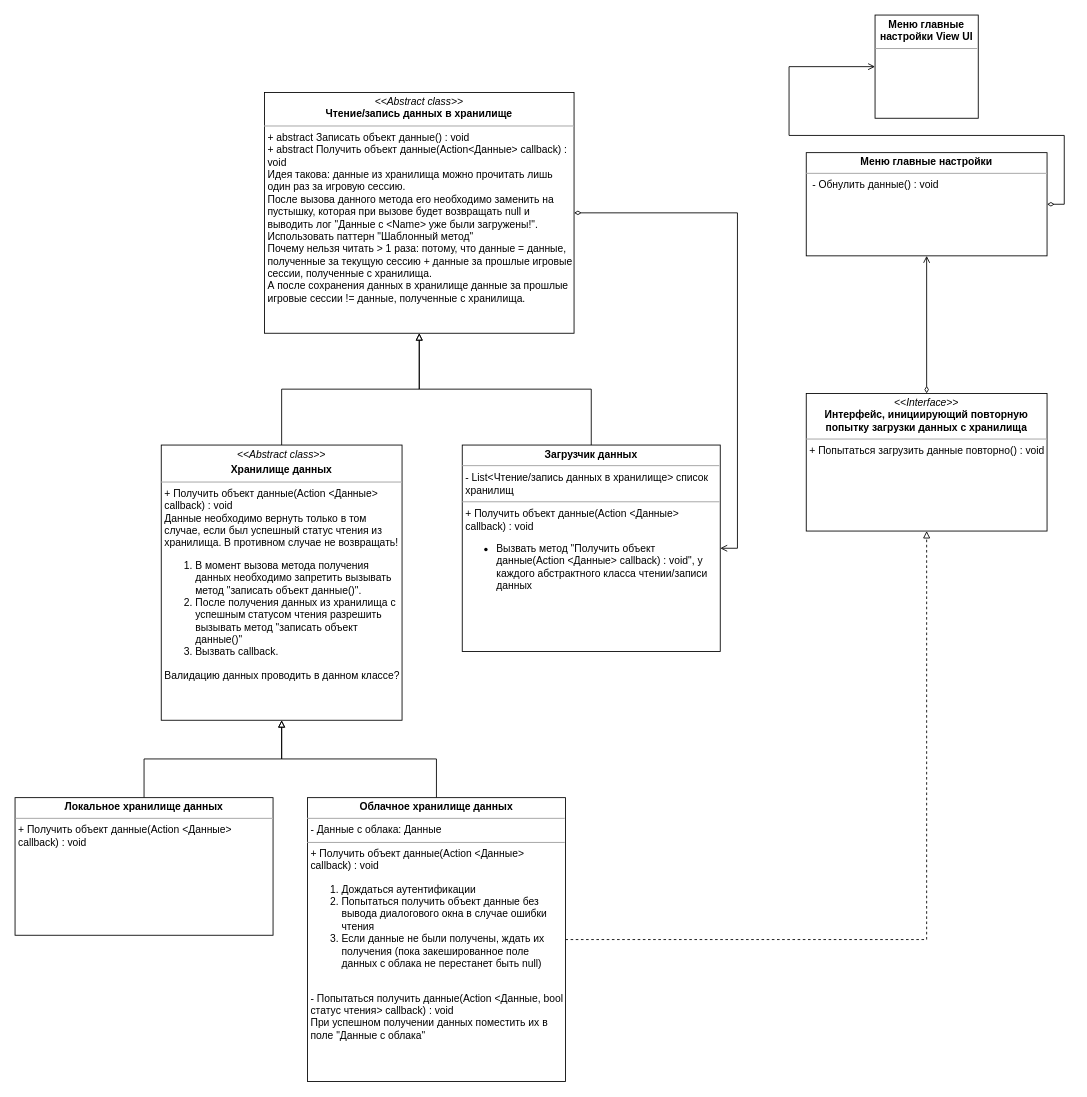
The draw.io diagram Документация/Проектирование кода/Работа с данными/Загрузчик данных UML.drawio in PurposeTo/JumpingDreamer, before the edit. Source tidied: cells renumbered, new cells numbered last; positions are measured from the earlier drawing's top-left corner, leaving out a move shared by most shapes. Both pictures are drawn from the tidied source at 86%, with x=0, y=0 at pixel (15, 15).
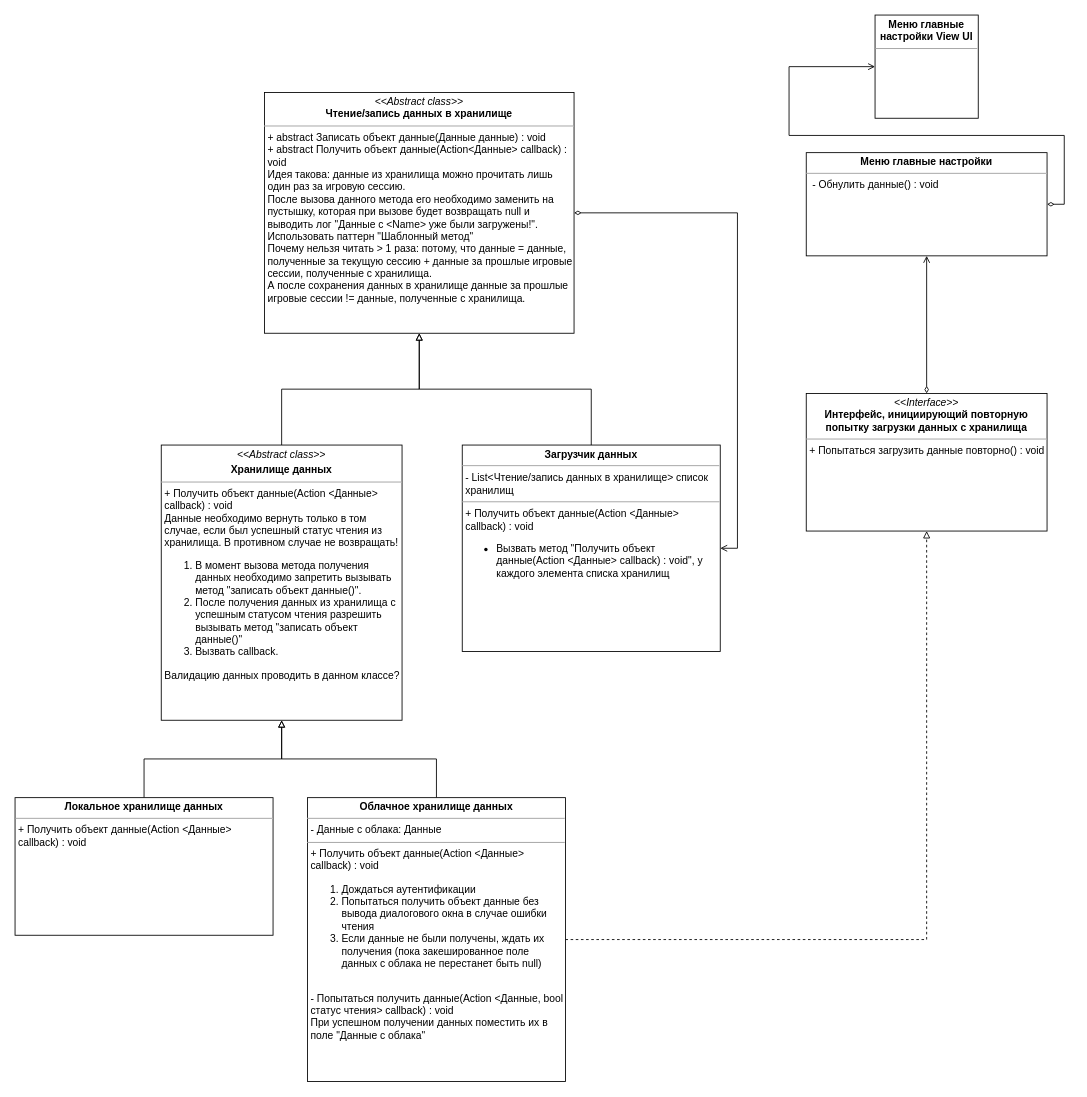
After the change.

What changed in the source:
```diff
@@
 <mxGraphModel>
   <root>
     <mxCell id="0" />
     <mxCell id="1" parent="0" />
     <mxCell id="2" style="edgeStyle=orthogonalEdgeStyle;rounded=0;orthogonalLoop=1;jettySize=auto;html=1;exitX=0.5;exitY=0;exitDx=0;exitDy=0;entryX=0.5;entryY=1;entryDx=0;entryDy=0;startArrow=none;startFill=0;endArrow=block;endFill=0;fontSize=14;dashed=1;" parent="1" edge="1">
       <mxGeometry relative="1" as="geometry">
         <mxPoint x="370" y="1250" as="sourcePoint" />
       </mxGeometry>
     </mxCell>
     <mxCell id="3" style="edgeStyle=orthogonalEdgeStyle;rounded=0;jettySize=auto;html=1;exitX=1;exitY=0.5;exitDx=0;exitDy=0;entryX=1;entryY=0.5;entryDx=0;entryDy=0;endArrow=open;endFill=0;startArrow=diamondThin;startFill=0;" parent="1" edge="1" source="13" target="11">
       <mxGeometry relative="1" as="geometry" />
     </mxCell>
     <mxCell id="4" style="edgeStyle=orthogonalEdgeStyle;rounded=0;jettySize=auto;html=1;exitX=0.5;exitY=0;exitDx=0;exitDy=0;startArrow=none;startFill=0;endArrow=block;endFill=0;fontSize=14;entryX=0.5;entryY=1;entryDx=0;entryDy=0;" parent="1" edge="1" source="5" target="13">
       <mxGeometry relative="1" as="geometry" />
     </mxCell>
     <mxCell id="5" value="&lt;p style=&quot;margin: 0px ; margin-top: 4px ; text-align: center&quot;&gt;&lt;i&gt;&amp;lt;&amp;lt;Abstract class&amp;gt;&amp;gt;&lt;/i&gt;&lt;b&gt;&lt;br&gt;&lt;/b&gt;&lt;/p&gt;&lt;p style=&quot;margin: 0px ; margin-top: 4px ; text-align: center&quot;&gt;&lt;b&gt;Хранилище данных&lt;/b&gt;&lt;/p&gt;&lt;hr size=&quot;1&quot;&gt;&lt;p style=&quot;margin: 0px ; margin-left: 4px&quot;&gt;+ Получить объект данные(Action &amp;lt;Данные&amp;gt; callback) : void&lt;br&gt;&lt;/p&gt;&lt;p style=&quot;margin: 0px ; margin-left: 4px&quot;&gt;Данные необходимо вернуть только в том случае, если был успешный статус чтения из хранилища. В противном случае не возвращать!&lt;/p&gt;&lt;ol&gt;&lt;li&gt;В момент вызова метода получения данных необходимо запретить вызывать метод &quot;записать объект данные()&quot;.&lt;/li&gt;&lt;li&gt;После получения данных из хранилища с успешным статусом чтения разрешить вызывать метод &quot;записать объект данные()&quot;&lt;/li&gt;&lt;li&gt;Вызвать callback.&lt;/li&gt;&lt;/ol&gt;&lt;div&gt;&lt;p style=&quot;margin: 0px 0px 0px 4px&quot;&gt;Валидацию данных проводить в данном классе?&lt;/p&gt;&lt;/div&gt;&lt;p&gt;&lt;/p&gt;" style="verticalAlign=top;align=left;overflow=fill;fontSize=12;fontFamily=Helvetica;html=1;whiteSpace=wrap;rounded=0;glass=0;shadow=0;sketch=0;spacingLeft=0;spacing=0;" parent="1" vertex="1">
       <mxGeometry x="170" y="500" width="280" height="320" as="geometry" />
     </mxCell>
     <mxCell id="6" style="edgeStyle=orthogonalEdgeStyle;rounded=0;jettySize=auto;html=1;exitX=0.5;exitY=0;exitDx=0;exitDy=0;entryX=0.5;entryY=1;entryDx=0;entryDy=0;endArrow=block;endFill=0;" parent="1" edge="1" source="8" target="5">
       <mxGeometry relative="1" as="geometry" />
     </mxCell>
     <mxCell id="7" style="edgeStyle=orthogonalEdgeStyle;rounded=0;jettySize=auto;html=1;exitX=1;exitY=0.5;exitDx=0;exitDy=0;entryX=0.5;entryY=1;entryDx=0;entryDy=0;dashed=1;endArrow=block;endFill=0;" parent="1" edge="1" source="8" target="14">
       <mxGeometry relative="1" as="geometry" />
     </mxCell>
     <mxCell id="8" value="&lt;p style=&quot;margin: 4px 0px 0px ; text-align: center&quot;&gt;&lt;b&gt;Облачное хранилище данных&lt;/b&gt;&lt;/p&gt;&lt;hr size=&quot;1&quot;&gt;&lt;p style=&quot;margin: 0px 0px 0px 4px&quot;&gt;- Данные с облака: Данные&lt;/p&gt;&lt;hr size=&quot;1&quot;&gt;&lt;p style=&quot;margin: 0px 0px 0px 4px&quot;&gt;+ Получить объект данные(Action &amp;lt;Данные&amp;gt; callback) : void&lt;/p&gt;&lt;p style=&quot;margin: 0px 0px 0px 4px&quot;&gt;&lt;/p&gt;&lt;ol&gt;&lt;li&gt;Дождаться аутентификации&lt;/li&gt;&lt;li&gt;Попытаться получить объект данные без вывода диалогового окна в случае ошибки чтения&lt;/li&gt;&lt;li&gt;Если данные не были получены, ждать их получения (пока закешированное поле данных с облака не перестанет быть null)&lt;/li&gt;&lt;/ol&gt;&lt;p&gt;&lt;/p&gt;&lt;p style=&quot;margin: 0px 0px 0px 4px&quot;&gt;&lt;br&gt;&lt;/p&gt;&lt;p style=&quot;margin: 0px 0px 0px 4px&quot;&gt;- Попытаться получить данные(Action &amp;lt;Данные, bool статус чтения&amp;gt; callback) : void&lt;/p&gt;&lt;p style=&quot;margin: 0px 0px 0px 4px&quot;&gt;При успешном получении данных поместить их в поле &quot;Данные с облака&quot;&lt;/p&gt;&lt;p&gt;&lt;/p&gt;" style="verticalAlign=top;align=left;overflow=fill;fontSize=12;fontFamily=Helvetica;html=1;whiteSpace=wrap;" parent="1" vertex="1">
       <mxGeometry x="340" y="910" width="300" height="330" as="geometry" />
     </mxCell>
     <mxCell id="9" style="edgeStyle=orthogonalEdgeStyle;rounded=0;jettySize=auto;html=1;exitX=0.5;exitY=0;exitDx=0;exitDy=0;entryX=0.5;entryY=1;entryDx=0;entryDy=0;endArrow=block;endFill=0;" parent="1" edge="1" source="10" target="5">
       <mxGeometry relative="1" as="geometry" />
     </mxCell>
     <mxCell id="10" value="&lt;p style=&quot;margin: 0px ; margin-top: 4px ; text-align: center&quot;&gt;&lt;b&gt;Локальное хранилище данных&lt;/b&gt;&lt;/p&gt;&lt;hr size=&quot;1&quot;&gt;&lt;p style=&quot;margin: 0px ; margin-left: 4px&quot;&gt;+ Получить объект данные(Action &amp;lt;Данные&amp;gt; callback) : void&lt;br&gt;&lt;/p&gt;&lt;p style=&quot;margin: 0px ; margin-left: 4px&quot;&gt;&lt;br&gt;&lt;/p&gt;&lt;p&gt;&lt;/p&gt;" style="verticalAlign=top;align=left;overflow=fill;fontSize=12;fontFamily=Helvetica;html=1;whiteSpace=wrap;" parent="1" vertex="1">
       <mxGeometry y="910" width="300" height="160" as="geometry" />
     </mxCell>
-    <mxCell id="11" value="&lt;p style=&quot;margin: 0px ; margin-top: 4px ; text-align: center&quot;&gt;&lt;b&gt;Загрузчик данных&lt;/b&gt;&lt;/p&gt;&lt;hr size=&quot;1&quot;&gt;&lt;p style=&quot;margin: 0px ; margin-left: 4px&quot;&gt;- List&amp;lt;Чтение/запись данных в хранилище&amp;gt; список хранилищ&lt;/p&gt;&lt;hr size=&quot;1&quot;&gt;&lt;p style=&quot;margin: 0px 0px 0px 4px&quot;&gt;+ Получить объект данные(Action &amp;lt;Данные&amp;gt; callback) : void&lt;/p&gt;&lt;ul&gt;&lt;li&gt;&lt;span&gt;Вызвать метод &quot;Получить объект данные(Action &amp;lt;Данные&amp;gt; callback) : void&quot;, у каждого абстрактного класса чтении/записи данных&lt;/span&gt;&lt;/li&gt;&lt;/ul&gt;&lt;p&gt;&lt;/p&gt;" style="verticalAlign=top;align=left;overflow=fill;fontSize=12;fontFamily=Helvetica;html=1;whiteSpace=wrap;" parent="1" vertex="1">
+    <mxCell id="11" value="&lt;p style=&quot;margin: 0px ; margin-top: 4px ; text-align: center&quot;&gt;&lt;b&gt;Загрузчик данных&lt;/b&gt;&lt;/p&gt;&lt;hr size=&quot;1&quot;&gt;&lt;p style=&quot;margin: 0px ; margin-left: 4px&quot;&gt;- List&amp;lt;Чтение/запись данных в хранилище&amp;gt; список хранилищ&lt;/p&gt;&lt;hr size=&quot;1&quot;&gt;&lt;p style=&quot;margin: 0px 0px 0px 4px&quot;&gt;+ Получить объект данные(Action &amp;lt;Данные&amp;gt; callback) : void&lt;/p&gt;&lt;ul&gt;&lt;li&gt;&lt;span&gt;Вызвать метод &quot;Получить объект данные(Action &amp;lt;Данные&amp;gt; callback) : void&quot;, у каждого элемента списка хранилищ&lt;/span&gt;&lt;/li&gt;&lt;/ul&gt;&lt;p&gt;&lt;/p&gt;" style="verticalAlign=top;align=left;overflow=fill;fontSize=12;fontFamily=Helvetica;html=1;whiteSpace=wrap;" parent="1" vertex="1">
       <mxGeometry x="520" y="500" width="300" height="240" as="geometry" />
     </mxCell>
     <mxCell id="12" style="edgeStyle=orthogonalEdgeStyle;rounded=0;jettySize=auto;html=1;exitX=0.5;exitY=0;exitDx=0;exitDy=0;entryX=0.5;entryY=1;entryDx=0;entryDy=0;startArrow=none;startFill=0;endArrow=block;endFill=0;fontSize=14;" parent="1" edge="1" source="11" target="13">
       <mxGeometry relative="1" as="geometry" />
     </mxCell>
-    <mxCell id="13" value="&lt;p style=&quot;margin: 0px ; margin-top: 4px ; text-align: center&quot;&gt;&lt;i&gt;&amp;lt;&amp;lt;&lt;/i&gt;&lt;i&gt;Abstract class&lt;/i&gt;&lt;i&gt;&amp;gt;&amp;gt;&lt;/i&gt;&lt;br&gt;&lt;b&gt;Чтение/запись данных в хранилище&lt;/b&gt;&lt;/p&gt;&lt;hr size=&quot;1&quot;&gt;&lt;p style=&quot;margin: 0px ; margin-left: 4px&quot;&gt;+ abstract&amp;nbsp;&lt;span&gt;Записать объект данные() : void&lt;/span&gt;&lt;br&gt;+ abstract Получить объект данные(Action&amp;lt;Данные&amp;gt; callback) : void&lt;/p&gt;&lt;p style=&quot;margin: 0px ; margin-left: 4px&quot;&gt;Идея такова: данные из хранилища можно прочитать лишь один раз за игровую сессию.&lt;/p&gt;&lt;p style=&quot;margin: 0px ; margin-left: 4px&quot;&gt;После вызова данного метода его необходимо заменить на пустышку, которая при вызове будет возвращать null и выводить лог &quot;Данные с &amp;lt;Name&amp;gt; уже были загружены!&quot;. Использовать паттерн &quot;Шаблонный метод&quot;&lt;/p&gt;&lt;p style=&quot;margin: 0px ; margin-left: 4px&quot;&gt;Почему нельзя читать &amp;gt; 1 раза: потому, что данные = данные, полученные за текущую сессию + данные за прошлые игровые сессии, полученные с хранилища.&lt;/p&gt;&lt;p style=&quot;margin: 0px ; margin-left: 4px&quot;&gt;А после сохранения данных в хранилище данные за прошлые игровые сессии != данные, полученные с хранилища.&lt;/p&gt;" style="verticalAlign=top;align=left;overflow=fill;fontSize=12;fontFamily=Helvetica;html=1;whiteSpace=wrap;" parent="1" vertex="1">
+    <mxCell id="13" value="&lt;p style=&quot;margin: 0px ; margin-top: 4px ; text-align: center&quot;&gt;&lt;i&gt;&amp;lt;&amp;lt;&lt;/i&gt;&lt;i&gt;Abstract class&lt;/i&gt;&lt;i&gt;&amp;gt;&amp;gt;&lt;/i&gt;&lt;br&gt;&lt;b&gt;Чтение/запись данных в хранилище&lt;/b&gt;&lt;/p&gt;&lt;hr size=&quot;1&quot;&gt;&lt;p style=&quot;margin: 0px ; margin-left: 4px&quot;&gt;+ abstract&amp;nbsp;&lt;span&gt;Записать объект данные(Данные данные) : void&lt;/span&gt;&lt;br&gt;+ abstract Получить объект данные(Action&amp;lt;Данные&amp;gt; callback) : void&lt;/p&gt;&lt;p style=&quot;margin: 0px ; margin-left: 4px&quot;&gt;Идея такова: данные из хранилища можно прочитать лишь один раз за игровую сессию.&lt;/p&gt;&lt;p style=&quot;margin: 0px ; margin-left: 4px&quot;&gt;После вызова данного метода его необходимо заменить на пустышку, которая при вызове будет возвращать null и выводить лог &quot;Данные с &amp;lt;Name&amp;gt; уже были загружены!&quot;. Использовать паттерн &quot;Шаблонный метод&quot;&lt;/p&gt;&lt;p style=&quot;margin: 0px ; margin-left: 4px&quot;&gt;Почему нельзя читать &amp;gt; 1 раза: потому, что данные = данные, полученные за текущую сессию + данные за прошлые игровые сессии, полученные с хранилища.&lt;/p&gt;&lt;p style=&quot;margin: 0px ; margin-left: 4px&quot;&gt;А после сохранения данных в хранилище данные за прошлые игровые сессии != данные, полученные с хранилища.&lt;/p&gt;" style="verticalAlign=top;align=left;overflow=fill;fontSize=12;fontFamily=Helvetica;html=1;whiteSpace=wrap;" parent="1" vertex="1">
       <mxGeometry x="290" y="90" width="360" height="280" as="geometry" />
     </mxCell>
     <mxCell id="14" value="&lt;p style=&quot;margin: 0px ; margin-top: 4px ; text-align: center&quot;&gt;&lt;i&gt;&amp;lt;&amp;lt;Interface&amp;gt;&amp;gt;&lt;/i&gt;&lt;br&gt;&lt;b&gt;Интерфейс, инициирующий повторную попытку загрузки данных с хранилища&lt;/b&gt;&lt;/p&gt;&lt;hr size=&quot;1&quot;&gt;&lt;p style=&quot;margin: 0px ; margin-left: 4px&quot;&gt;+ Попытаться загрузить данные повторно() : void&lt;/p&gt;" style="verticalAlign=top;align=left;overflow=fill;fontSize=12;fontFamily=Helvetica;html=1;whiteSpace=wrap;" parent="1" vertex="1">
       <mxGeometry x="920" y="440" width="280" height="160" as="geometry" />
     </mxCell>
     <mxCell id="15" value="&lt;p style=&quot;margin: 0px ; margin-top: 4px ; text-align: center&quot;&gt;&lt;b&gt;Меню главные настройки View UI&lt;/b&gt;&lt;/p&gt;&lt;hr size=&quot;1&quot;&gt;&lt;div style=&quot;height: 2px&quot;&gt;&lt;br&gt;&lt;/div&gt;" style="verticalAlign=top;align=left;overflow=fill;fontSize=12;fontFamily=Helvetica;html=1;whiteSpace=wrap;" parent="1" vertex="1">
       <mxGeometry x="1000" width="120" height="120" as="geometry" />
     </mxCell>
     <mxCell id="16" style="edgeStyle=orthogonalEdgeStyle;rounded=0;jettySize=auto;html=1;exitX=1;exitY=0.5;exitDx=0;exitDy=0;entryX=0;entryY=0.5;entryDx=0;entryDy=0;startArrow=diamondThin;startFill=0;endArrow=open;endFill=0;" parent="1" edge="1" source="17" target="15">
       <mxGeometry relative="1" as="geometry" />
     </mxCell>
     <mxCell id="17" value="&lt;p style=&quot;margin: 0px ; margin-top: 4px ; text-align: center&quot;&gt;&lt;b&gt;Меню главные настройки&lt;/b&gt;&lt;/p&gt;&lt;hr size=&quot;1&quot;&gt;&lt;p style=&quot;margin: 0px ; margin-left: 4px&quot;&gt;&lt;span&gt;&amp;nbsp;- Обнулить данные() : void&lt;/span&gt;&lt;br&gt;&lt;/p&gt;" style="verticalAlign=top;align=left;overflow=fill;fontSize=12;fontFamily=Helvetica;html=1;whiteSpace=wrap;" parent="1" vertex="1">
       <mxGeometry x="920" y="160" width="280" height="120" as="geometry" />
     </mxCell>
     <mxCell id="18" style="edgeStyle=orthogonalEdgeStyle;rounded=0;jettySize=auto;html=1;exitX=0.5;exitY=0;exitDx=0;exitDy=0;entryX=0.5;entryY=1;entryDx=0;entryDy=0;startArrow=diamondThin;startFill=0;endArrow=open;endFill=0;" parent="1" edge="1" source="14" target="17">
       <mxGeometry relative="1" as="geometry" />
     </mxCell>
   </root>
 </mxGraphModel>
```
